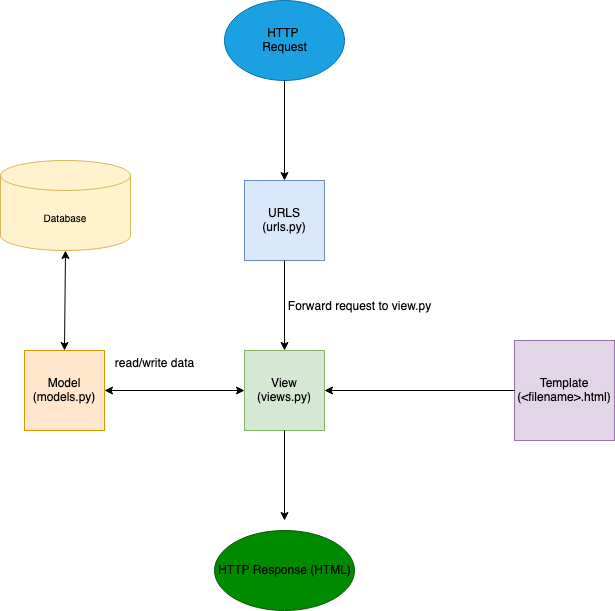
Earlier version of the draw.io export image/bagan.png (nandapratama21/inventorypower). Source tidied: cells renumbered, new cells last; positions are measured from the earlier drawing's top-left corner, leaving out a move shared by most shapes.
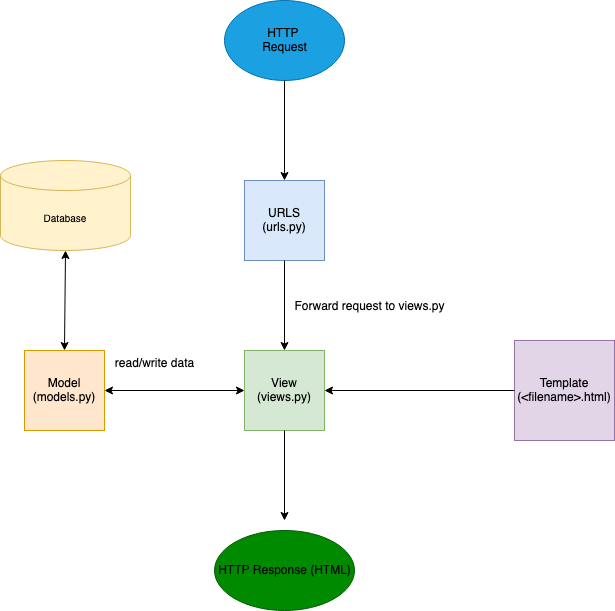
After the commit.

What changed in the source:
```diff
@@ -42,8 +42,8 @@
     <mxCell id="13" style="endArrow=classic;html=1;rounded=0;fontSize=12;entryX=0.5;entryY=0;entryDx=0;entryDy=0;exitX=0.5;exitY=1;exitDx=0;exitDy=0;" parent="1" edge="1" source="12" target="6">
       <mxGeometry relative="1" as="geometry" />
     </mxCell>
-    <mxCell id="14" value="&lt;div&gt;Forward request to view.py&lt;/div&gt;&lt;div&gt;&lt;br&gt;&lt;/div&gt;&lt;div&gt;&lt;br&gt;&lt;/div&gt;" style="text;html=1;align=center;verticalAlign=middle;strokeColor=none;fillColor=none;fontSize=12;" parent="1" vertex="1">
-      <mxGeometry x="274" y="290" width="170" height="60" as="geometry" />
+    <mxCell id="14" value="&lt;div&gt;Forward request to views.py&lt;/div&gt;&lt;div&gt;&lt;br&gt;&lt;/div&gt;&lt;div&gt;&lt;br&gt;&lt;/div&gt;" style="text;html=1;align=center;verticalAlign=middle;strokeColor=none;fillColor=none;fontSize=12;" parent="1" vertex="1">
+      <mxGeometry x="284" y="290" width="170" height="60" as="geometry" />
     </mxCell>
     <mxCell id="15" value="&lt;div&gt;&lt;br&gt;&lt;/div&gt;&lt;div&gt;HTTP&amp;nbsp;&lt;/div&gt;&lt;div&gt;Request&lt;br&gt;&lt;/div&gt;&lt;div&gt;&lt;br&gt;&lt;/div&gt;" style="text;html=1;align=center;verticalAlign=middle;strokeColor=none;fillColor=none;fontSize=12;" parent="1" vertex="1">
       <mxGeometry x="249" y="5" width="70" height="70" as="geometry" />
```
